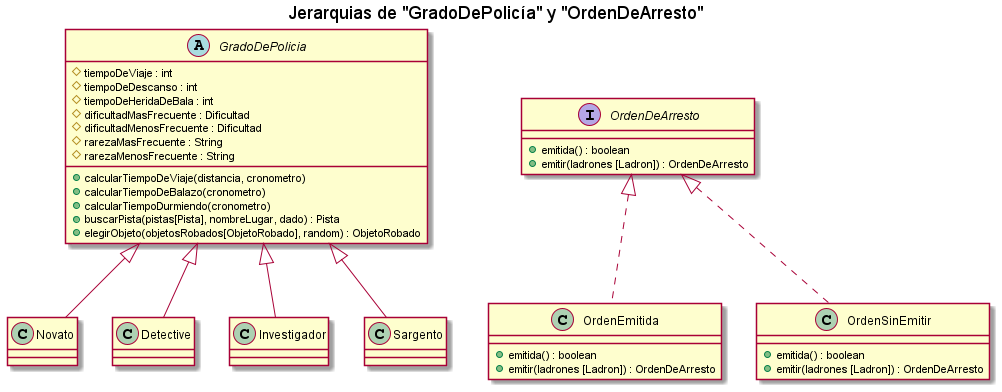
Above: diagrams/classes/entrega4/DC_jerarquias_ordenArresto_y_grados.png in kmu01/Algo3_tp2 (PlantUML), before the change. Its diagram source:
```plantuml
@startuml
title Jerarquias de "GradoDePolicía" y "OrdenDeArresto"
abstract class GradoDePolicia{
    # tiempoDeViaje : int
    # tiempoDeDescanso : int
    # tiempoDeHeridaDeBala : int
    # dificultadMasFrecuente : Dificultad
    # dificultadMenosFrecuente : Dificultad
    # rarezaMasFrecuente : String
    # rarezaMenosFrecuente : String
    + calcularTiempoDeViaje(distancia, cronometro)
    + calcularTiempoDeBalazo(cronometro)
    + calcularTiempoDurmiendo(cronometro)
    + buscarPista(pistas[Pista], nombreLugar, dado) : Pista
    + elegirObjeto(objetosRobados[ObjetoRobado], random) : ObjetoRobado
}
class Novato{}
class Detective{}
class Investigador{}
class Sargento{}

interface OrdenDeArresto{
    + emitida() : boolean
    + emitir(ladrones [Ladron]) : OrdenDeArresto
}

class OrdenEmitida{
    + emitida() : boolean
    + emitir(ladrones [Ladron]) : OrdenDeArresto
}
class OrdenSinEmitir{
    + emitida() : boolean
    + emitir(ladrones [Ladron]) : OrdenDeArresto
}

GradoDePolicia <|-- Novato
GradoDePolicia <|-- Detective
GradoDePolicia <|-- Investigador
GradoDePolicia <|-- Sargento

OrdenDeArresto <|.. OrdenEmitida
OrdenDeArresto <|.. OrdenSinEmitir
@enduml
```
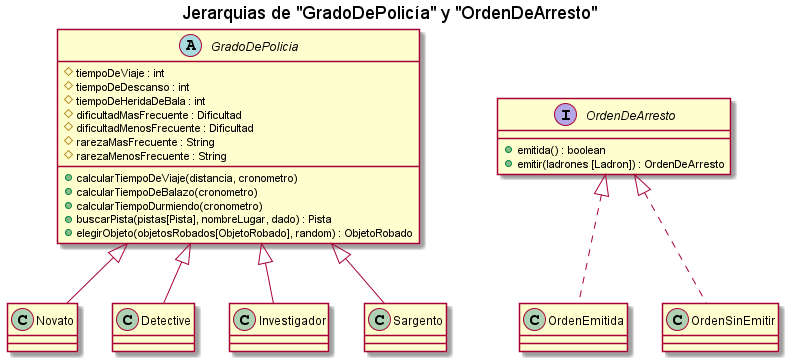
The same diagram one commit later.

The edit, as a diff of the source:
```diff
@@ -25,12 +25,10 @@
 }
 
 class OrdenEmitida{
-    + emitida() : boolean
-    + emitir(ladrones [Ladron]) : OrdenDeArresto
+
 }
 class OrdenSinEmitir{
-    + emitida() : boolean
-    + emitir(ladrones [Ladron]) : OrdenDeArresto
+
 }
 
 GradoDePolicia <|-- Novato
```
